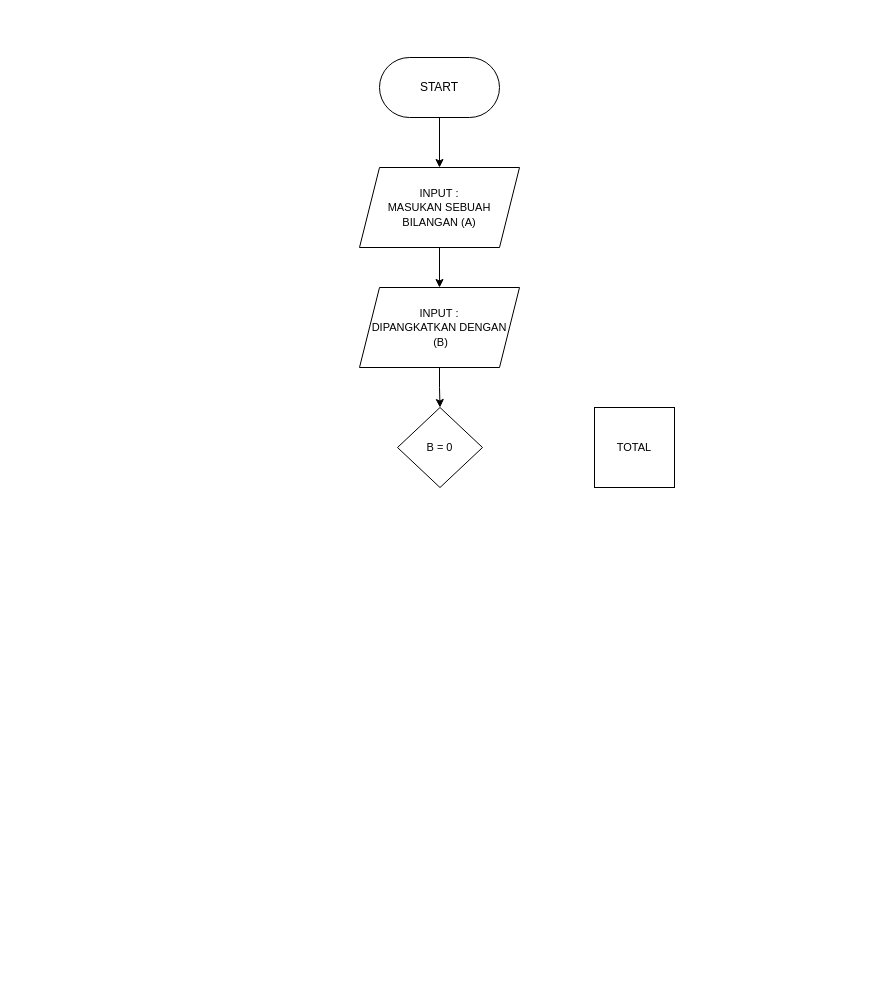
This is page "Page-1" (1 of 2) of tugas algo B Looping.drawio from dedy270895/draw.io, a draw.io file, before an edit. Source tidied: cells renumbered, new cells numbered last; positions are measured from the earlier drawing's top-left corner, leaving out a move shared by most shapes. Both pictures are drawn from the tidied source at 100%, with x=0, y=0 at pixel (359, 57).
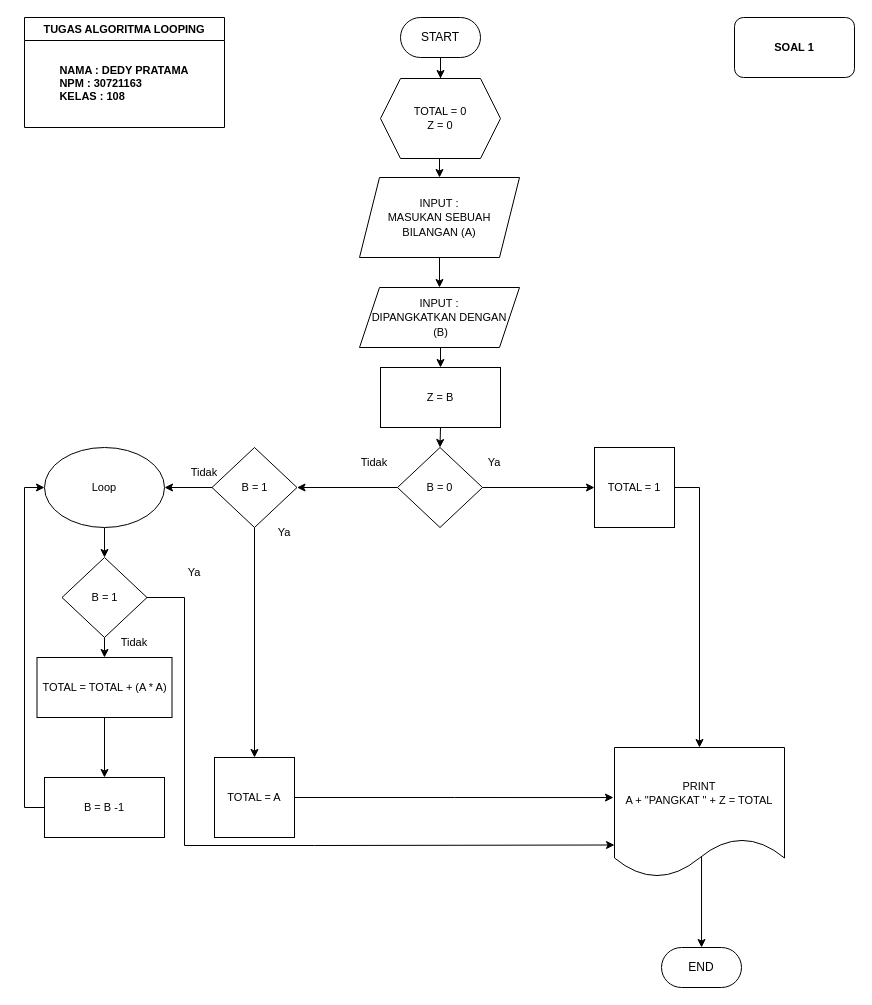
The same diagram, later.

What changed in the source:
```diff
@@
-    <mxCell id="2" style="edgeStyle=orthogonalEdgeStyle;rounded=0;jettySize=auto;html=1;exitX=0.5;exitY=1;exitDx=0;exitDy=0;entryX=0.5;entryY=0;entryDx=0;entryDy=0;fontSize=11;" parent="1" edge="1" source="3" target="5">
-      <mxGeometry relative="1" as="geometry" />
-    </mxCell>
+    <mxCell id="10" style="edgeStyle=orthogonalEdgeStyle;rounded=0;jettySize=auto;html=1;exitX=0.5;exitY=1;exitDx=0;exitDy=0;fontSize=11;" parent="1" edge="1" source="3" target="16">
+      <mxGeometry relative="1" as="geometry" />
+    </mxCell>
     <mxCell id="3" value="START" style="rounded=1;whiteSpace=wrap;html=1;arcSize=50;" parent="1" vertex="1">
-      <mxGeometry x="20" width="120" height="60" as="geometry" />
+      <mxGeometry x="41" y="-40" width="80" height="40" as="geometry" />
     </mxCell>
@@
     <mxCell id="5" value="&lt;font style=&quot;font-size: 11px;&quot;&gt;INPUT :&lt;br&gt;MASUKAN SEBUAH BILANGAN (A)&lt;/font&gt;" style="shape=parallelogram;perimeter=parallelogramPerimeter;whiteSpace=wrap;html=1;fixedSize=1;" parent="1" vertex="1">
-      <mxGeometry y="110" width="160" height="80" as="geometry" />
+      <mxGeometry y="120" width="160" height="80" as="geometry" />
     </mxCell>
-    <mxCell id="6" style="edgeStyle=orthogonalEdgeStyle;rounded=0;jettySize=auto;html=1;exitX=0.5;exitY=1;exitDx=0;exitDy=0;entryX=0.5;entryY=0;entryDx=0;entryDy=0;fontSize=11;" parent="1" edge="1" source="7" target="8">
-      <mxGeometry relative="1" as="geometry" />
-    </mxCell>
+    <mxCell id="11" style="edgeStyle=orthogonalEdgeStyle;rounded=0;jettySize=auto;html=1;exitX=0.5;exitY=1;exitDx=0;exitDy=0;entryX=0.5;entryY=0;entryDx=0;entryDy=0;fontSize=11;" parent="1" edge="1" source="7" target="31">
+      <mxGeometry relative="1" as="geometry" />
+    </mxCell>
     <mxCell id="7" value="&lt;font style=&quot;font-size: 11px;&quot;&gt;INPUT :&lt;br&gt;DIPANGKATKAN DENGAN&lt;br&gt;&amp;nbsp;(B)&lt;/font&gt;" style="shape=parallelogram;perimeter=parallelogramPerimeter;whiteSpace=wrap;html=1;fixedSize=1;" parent="1" vertex="1">
-      <mxGeometry y="230" width="160" height="80" as="geometry" />
+      <mxGeometry y="230" width="160" height="60" as="geometry" />
     </mxCell>
+    <mxCell id="12" style="edgeStyle=orthogonalEdgeStyle;rounded=0;jettySize=auto;html=1;exitX=1;exitY=0.5;exitDx=0;exitDy=0;fontSize=11;" parent="1" edge="1" source="8" target="9">
+      <mxGeometry relative="1" as="geometry" />
+    </mxCell>
+    <mxCell id="13" style="edgeStyle=orthogonalEdgeStyle;rounded=0;jettySize=auto;html=1;exitX=0;exitY=0.5;exitDx=0;exitDy=0;entryX=1;entryY=0.5;entryDx=0;entryDy=0;fontSize=11;" parent="1" edge="1" source="8" target="25">
+      <mxGeometry relative="1" as="geometry" />
+    </mxCell>
     <mxCell id="8" value="B = 0" style="rhombus;whiteSpace=wrap;html=1;fontSize=11;" parent="1" vertex="1">
-      <mxGeometry x="38" y="350" width="85" height="80" as="geometry" />
+      <mxGeometry x="38" y="390" width="85" height="80" as="geometry" />
     </mxCell>
+    <mxCell id="14" style="edgeStyle=orthogonalEdgeStyle;rounded=0;jettySize=auto;html=1;exitX=1;exitY=0.5;exitDx=0;exitDy=0;entryX=0.5;entryY=0;entryDx=0;entryDy=0;fontSize=11;" parent="1" edge="1" source="9" target="18">
+      <mxGeometry relative="1" as="geometry" />
+    </mxCell>
-    <mxCell id="9" value="TOTAL" style="whiteSpace=wrap;html=1;fontSize=11;" parent="1" vertex="1">
-      <mxGeometry x="235" y="350" width="80" height="80" as="geometry" />
+    <mxCell id="9" value="TOTAL = 1" style="whiteSpace=wrap;html=1;fontSize=11;" parent="1" vertex="1">
+      <mxGeometry x="235" y="390" width="80" height="80" as="geometry" />
     </mxCell>
+    <mxCell id="15" style="edgeStyle=orthogonalEdgeStyle;rounded=0;jettySize=auto;html=1;exitX=0.5;exitY=1;exitDx=0;exitDy=0;entryX=0.5;entryY=0;entryDx=0;entryDy=0;fontSize=11;" parent="1" edge="1" source="16" target="5">
+      <mxGeometry relative="1" as="geometry" />
+    </mxCell>
+    <mxCell id="16" value="TOTAL = 0&lt;br&gt;Z = 0" style="shape=hexagon;perimeter=hexagonPerimeter2;whiteSpace=wrap;html=1;fixedSize=1;fontSize=11;" parent="1" vertex="1">
+      <mxGeometry x="21" y="21" width="120" height="80" as="geometry" />
+    </mxCell>
+    <mxCell id="17" style="edgeStyle=orthogonalEdgeStyle;rounded=0;jettySize=auto;html=1;fontSize=11;exitX=0.512;exitY=0.838;exitDx=0;exitDy=0;exitPerimeter=0;" parent="1" edge="1" source="18" target="41">
+      <mxGeometry relative="1" as="geometry" />
+    </mxCell>
+    <mxCell id="18" value="PRINT&lt;br&gt;A + &quot;PANGKAT &quot; + Z = TOTAL" style="shape=document;whiteSpace=wrap;html=1;boundedLbl=1;fontSize=11;" parent="1" vertex="1">
+      <mxGeometry x="255" y="690" width="170" height="130" as="geometry" />
+    </mxCell>
+    <mxCell id="19" value="Tidak" style="text;html=1;strokeColor=none;fillColor=none;align=center;verticalAlign=middle;whiteSpace=wrap;rounded=0;fontSize=11;" parent="1" vertex="1">
+      <mxGeometry x="-255" y="570" width="60" height="30" as="geometry" />
+    </mxCell>
+    <mxCell id="20" value="Tidak" style="text;html=1;strokeColor=none;fillColor=none;align=center;verticalAlign=middle;whiteSpace=wrap;rounded=0;fontSize=11;" parent="1" vertex="1">
+      <mxGeometry x="-15" y="390" width="60" height="30" as="geometry" />
+    </mxCell>
+    <mxCell id="21" style="edgeStyle=orthogonalEdgeStyle;rounded=0;jettySize=auto;html=1;exitX=0.5;exitY=1;exitDx=0;exitDy=0;entryX=0.5;entryY=0;entryDx=0;entryDy=0;fontSize=11;" parent="1" edge="1" source="22" target="39">
+      <mxGeometry relative="1" as="geometry" />
+    </mxCell>
+    <mxCell id="22" value="Loop" style="ellipse;whiteSpace=wrap;html=1;fontSize=11;" parent="1" vertex="1">
+      <mxGeometry x="-315" y="390" width="120" height="80" as="geometry" />
+    </mxCell>
+    <mxCell id="23" style="edgeStyle=orthogonalEdgeStyle;rounded=0;jettySize=auto;html=1;exitX=0.5;exitY=1;exitDx=0;exitDy=0;fontSize=11;" parent="1" edge="1" source="25" target="35">
+      <mxGeometry relative="1" as="geometry" />
+    </mxCell>
+    <mxCell id="24" style="edgeStyle=orthogonalEdgeStyle;rounded=0;jettySize=auto;html=1;exitX=0;exitY=0.5;exitDx=0;exitDy=0;entryX=1;entryY=0.5;entryDx=0;entryDy=0;fontSize=11;" parent="1" edge="1" source="25" target="22">
+      <mxGeometry relative="1" as="geometry" />
+    </mxCell>
+    <mxCell id="25" value="B = 1" style="rhombus;whiteSpace=wrap;html=1;fontSize=11;" parent="1" vertex="1">
+      <mxGeometry x="-147.5" y="390" width="85" height="80" as="geometry" />
+    </mxCell>
+    <mxCell id="26" style="edgeStyle=orthogonalEdgeStyle;rounded=0;jettySize=auto;html=1;fontSize=11;" parent="1" edge="1" source="27" target="29">
+      <mxGeometry relative="1" as="geometry" />
+    </mxCell>
+    <mxCell id="27" value="TOTAL = TOTAL + (A * A)" style="whiteSpace=wrap;html=1;fontSize=11;" parent="1" vertex="1">
+      <mxGeometry x="-322.5" y="600" width="135" height="60" as="geometry" />
+    </mxCell>
+    <mxCell id="28" style="edgeStyle=orthogonalEdgeStyle;rounded=0;jettySize=auto;html=1;exitX=0;exitY=0.5;exitDx=0;exitDy=0;entryX=0;entryY=0.5;entryDx=0;entryDy=0;fontSize=11;" parent="1" edge="1" source="29" target="22">
+      <mxGeometry relative="1" as="geometry" />
+    </mxCell>
+    <mxCell id="29" value="B = B -1" style="whiteSpace=wrap;html=1;fontSize=11;" parent="1" vertex="1">
+      <mxGeometry x="-315" y="720" width="120" height="60" as="geometry" />
+    </mxCell>
+    <mxCell id="30" style="edgeStyle=orthogonalEdgeStyle;rounded=0;jettySize=auto;html=1;exitX=0.5;exitY=1;exitDx=0;exitDy=0;entryX=0.5;entryY=0;entryDx=0;entryDy=0;fontSize=11;" parent="1" edge="1" source="31" target="8">
+      <mxGeometry relative="1" as="geometry" />
+    </mxCell>
+    <mxCell id="31" value="Z = B" style="rounded=0;whiteSpace=wrap;html=1;fontSize=11;" parent="1" vertex="1">
+      <mxGeometry x="21" y="310" width="120" height="60" as="geometry" />
+    </mxCell>
+    <mxCell id="32" value="Ya" style="text;html=1;strokeColor=none;fillColor=none;align=center;verticalAlign=middle;whiteSpace=wrap;rounded=0;fontSize=11;" parent="1" vertex="1">
+      <mxGeometry x="105" y="390" width="60" height="30" as="geometry" />
+    </mxCell>
+    <mxCell id="33" value="Ya" style="text;html=1;strokeColor=none;fillColor=none;align=center;verticalAlign=middle;whiteSpace=wrap;rounded=0;fontSize=11;" parent="1" vertex="1">
+      <mxGeometry x="-105" y="460" width="60" height="30" as="geometry" />
+    </mxCell>
+    <mxCell id="34" style="edgeStyle=orthogonalEdgeStyle;rounded=0;jettySize=auto;html=1;exitX=1;exitY=0.5;exitDx=0;exitDy=0;entryX=-0.006;entryY=0.385;entryDx=0;entryDy=0;entryPerimeter=0;fontSize=11;" parent="1" edge="1" source="35" target="18">
+      <mxGeometry relative="1" as="geometry" />
+    </mxCell>
+    <mxCell id="35" value="TOTAL = A" style="whiteSpace=wrap;html=1;fontSize=11;" parent="1" vertex="1">
+      <mxGeometry x="-145" y="700" width="80" height="80" as="geometry" />
+    </mxCell>
+    <mxCell id="36" value="Tidak" style="text;html=1;strokeColor=none;fillColor=none;align=center;verticalAlign=middle;whiteSpace=wrap;rounded=0;fontSize=11;" parent="1" vertex="1">
+      <mxGeometry x="-185" y="400" width="60" height="30" as="geometry" />
+    </mxCell>
+    <mxCell id="37" style="edgeStyle=orthogonalEdgeStyle;rounded=0;jettySize=auto;html=1;exitX=0.5;exitY=1;exitDx=0;exitDy=0;entryX=0.5;entryY=0;entryDx=0;entryDy=0;fontSize=11;" parent="1" edge="1" source="39" target="27">
+      <mxGeometry relative="1" as="geometry" />
+    </mxCell>
+    <mxCell id="38" style="edgeStyle=orthogonalEdgeStyle;rounded=0;jettySize=auto;html=1;exitX=0;exitY=0.5;exitDx=0;exitDy=0;entryX=0;entryY=0.75;entryDx=0;entryDy=0;fontSize=11;" parent="1" edge="1" source="39" target="18">
+      <mxGeometry relative="1" as="geometry">
+        <Array as="points">
+          <mxPoint x="-175" y="540" />
+          <mxPoint x="-175" y="788" />
+          <mxPoint x="-45" y="788" />
+        </Array>
+      </mxGeometry>
+    </mxCell>
+    <mxCell id="39" value="B = 1" style="rhombus;whiteSpace=wrap;html=1;fontSize=11;" parent="1" vertex="1">
+      <mxGeometry x="-297.5" y="500" width="85" height="80" as="geometry" />
+    </mxCell>
+    <mxCell id="40" value="Ya" style="text;html=1;strokeColor=none;fillColor=none;align=center;verticalAlign=middle;whiteSpace=wrap;rounded=0;fontSize=11;" parent="1" vertex="1">
+      <mxGeometry x="-195" y="500" width="60" height="30" as="geometry" />
+    </mxCell>
+    <mxCell id="41" value="END" style="rounded=1;whiteSpace=wrap;html=1;arcSize=50;" parent="1" vertex="1">
+      <mxGeometry x="302" y="890" width="80" height="40" as="geometry" />
+    </mxCell>
+    <mxCell id="42" value="TUGAS ALGORITMA LOOPING" style="swimlane;fontSize=11;fontStyle=1;" parent="1" vertex="1">
+      <mxGeometry x="-335" y="-40" width="200" height="110" as="geometry" />
+    </mxCell>
+    <mxCell id="43" value="&lt;div style=&quot;text-align: justify;&quot;&gt;&lt;span style=&quot;background-color: initial;&quot;&gt;&lt;b&gt;NAMA : DEDY PRATAMA&lt;/b&gt;&lt;/span&gt;&lt;/div&gt;&lt;div style=&quot;text-align: justify;&quot;&gt;&lt;span style=&quot;background-color: initial;&quot;&gt;&lt;b&gt;NPM : 30721163&lt;/b&gt;&lt;/span&gt;&lt;/div&gt;&lt;div style=&quot;text-align: justify;&quot;&gt;&lt;span style=&quot;background-color: initial;&quot;&gt;&lt;b&gt;KELAS : 108&lt;/b&gt;&lt;/span&gt;&lt;/div&gt;" style="text;html=1;strokeColor=none;fillColor=none;align=center;verticalAlign=middle;whiteSpace=wrap;rounded=0;fontSize=11;" parent="42" vertex="1">
+      <mxGeometry x="20" y="41" width="160" height="50" as="geometry" />
+    </mxCell>
+    <mxCell id="44" value="&lt;b&gt;SOAL 1&lt;/b&gt;" style="rounded=1;whiteSpace=wrap;html=1;fontSize=11;" parent="1" vertex="1">
+      <mxGeometry x="375" y="-40" width="120" height="60" as="geometry" />
+    </mxCell>
```
